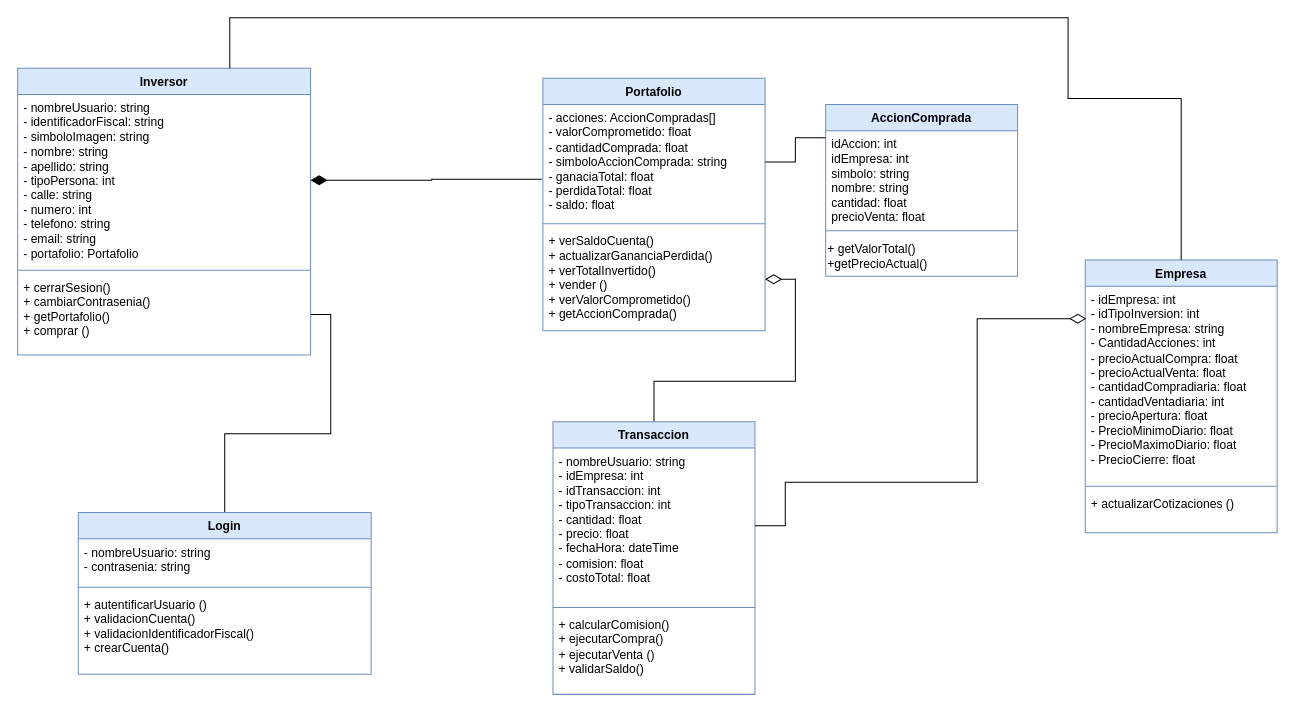
Before: Documentación/Diagrama-de-Clases.drawio in INNOVAcodersISPC/ARGBroker, a draw.io diagram. Source tidied: cells renumbered, new cells numbered last; positions are measured from the earlier drawing's top-left corner, leaving out a move shared by most shapes. Both pictures are drawn from the tidied source at 101%, with x=0, y=0 at pixel (17, 17).
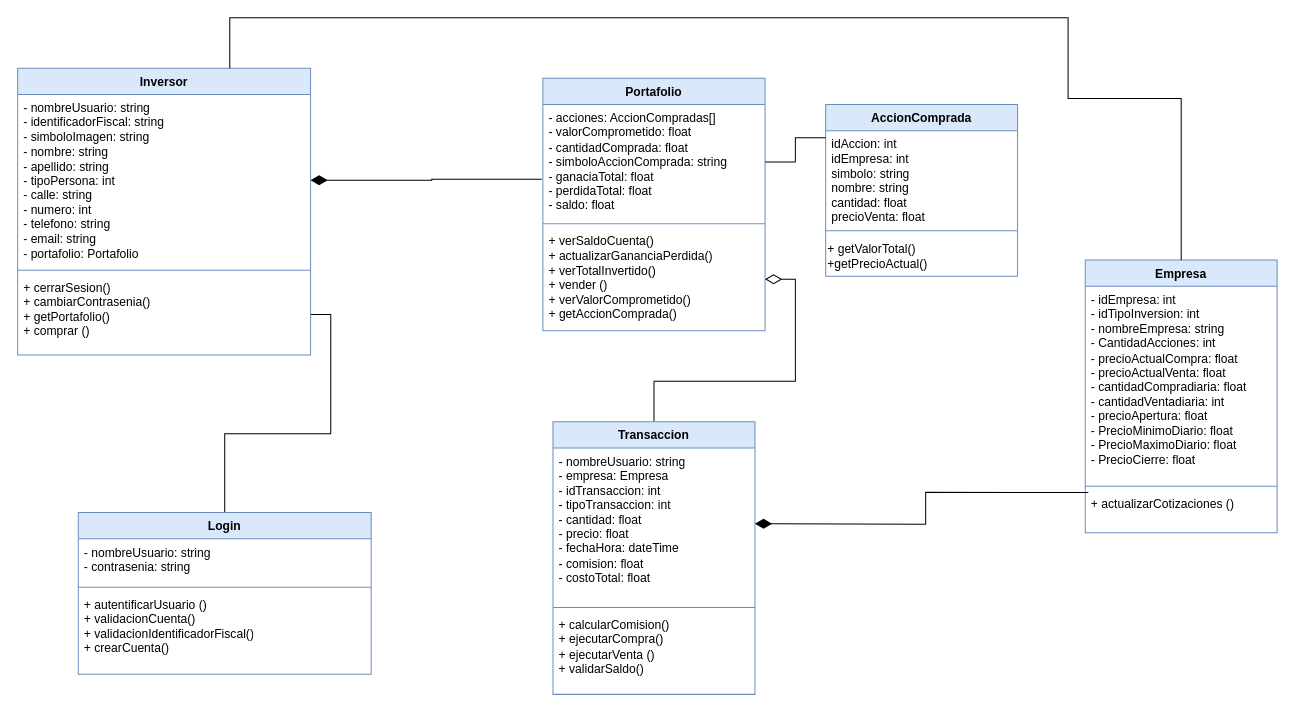
After the change.

Commit message:
fix relacion Empresa-Tea

Unchanged cells that the change refers to:
```xml
<mxCell id="3" value="&lt;div style=&quot;text-wrap: nowrap;&quot;&gt;- idEmpresa: int&lt;div&gt;- idTipoInversion: int&lt;/div&gt;&lt;div&gt;- nombreEmpresa: string&lt;/div&gt;&lt;div&gt;- CantidadAcciones: int&lt;/div&gt;&lt;div&gt;- precioActualCompra: float&lt;/div&gt;&lt;div&gt;- precioActualVenta: float&lt;/div&gt;&lt;div&gt;- cantidadCompradiaria: float&lt;/div&gt;&lt;div&gt;&lt;span style=&quot;background-color: initial;&quot;&gt;- cantidadVentadiaria: int&lt;/span&gt;&lt;/div&gt;&lt;div&gt;- precioApertura: float&lt;/div&gt;&lt;div&gt;- PrecioMinimoDiario: float&amp;nbsp;&lt;/div&gt;&lt;div&gt;- PrecioMaximoDiario: float&lt;/div&gt;&lt;div&gt;- PrecioCierre: float&lt;/div&gt;&lt;/div&gt;" style="text;strokeColor=none;fillColor=none;align=left;verticalAlign=top;spacingLeft=4;spacingRight=4;overflow=hidden;points=[[0,0.5],[1,0.5]];portConstraint=eastwest;whiteSpace=wrap;html=1;" parent="2" vertex="1">
  <mxGeometry y="26" width="190" height="194" as="geometry" />
</mxCell>
<mxCell id="5" value="&lt;div&gt;+ actualizarCotizaciones ()&lt;/div&gt;" style="text;strokeColor=none;fillColor=none;align=left;verticalAlign=top;spacingLeft=4;spacingRight=4;overflow=hidden;points=[[0,0.5],[1,0.5]];portConstraint=eastwest;whiteSpace=wrap;html=1;" parent="2" vertex="1">
  <mxGeometry y="228" width="190" height="42" as="geometry" />
</mxCell>
<mxCell id="11" value="Transaccion" style="swimlane;fontStyle=1;align=center;verticalAlign=top;horizontal=1;startSize=26;whiteSpace=wrap;html=1;fillColor=#dae8fc;strokeColor=#6c8ebf;" parent="1" vertex="1">
  <mxGeometry x="530" y="400" width="200" height="270" as="geometry" />
</mxCell>
```

The edit, as a diff of the source:
```diff
@@
-    <mxCell id="12" value="&lt;div style=&quot;text-wrap: nowrap;&quot;&gt;&lt;span style=&quot;background-color: initial;&quot;&gt;- nombreUsuario: string&lt;/span&gt;&lt;br&gt;&lt;/div&gt;&lt;div style=&quot;text-wrap: nowrap;&quot;&gt;&lt;div&gt;- idEmpresa: int&lt;br&gt;&lt;/div&gt;&lt;div&gt;- idTransaccion: int&lt;br&gt;&lt;/div&gt;&lt;div&gt;- tipoTransaccion: int&lt;/div&gt;&lt;div&gt;&lt;span style=&quot;background-color: initial;&quot;&gt;- cantidad: float&lt;/span&gt;&lt;/div&gt;&lt;div&gt;- precio: float&lt;br&gt;&lt;/div&gt;&lt;div&gt;- fechaHora: dateTime&lt;br&gt;&lt;/div&gt;&lt;div&gt;- comision: float&lt;br&gt;&lt;/div&gt;&lt;div&gt;- costoTotal: floa&lt;span style=&quot;background-color: initial;&quot;&gt;t&lt;/span&gt;&lt;span style=&quot;background-color: initial;&quot;&gt;&amp;nbsp;&lt;/span&gt;&lt;/div&gt;&lt;div&gt;&lt;br&gt;&lt;/div&gt;&lt;div&gt;&lt;br&gt;&lt;/div&gt;&lt;div&gt;&lt;br&gt;&lt;/div&gt;&lt;/div&gt;" style="text;strokeColor=none;fillColor=none;align=left;verticalAlign=top;spacingLeft=4;spacingRight=4;overflow=hidden;points=[[0,0.5],[1,0.5]];portConstraint=eastwest;whiteSpace=wrap;html=1;" parent="11" vertex="1">
+    <mxCell id="12" value="&lt;div style=&quot;text-wrap: nowrap;&quot;&gt;&lt;span style=&quot;background-color: initial;&quot;&gt;- nombreUsuario: string&lt;/span&gt;&lt;br&gt;&lt;/div&gt;&lt;div style=&quot;text-wrap: nowrap;&quot;&gt;&lt;div&gt;- empresa: Empresa&lt;br&gt;&lt;/div&gt;&lt;div&gt;- idTransaccion: int&lt;br&gt;&lt;/div&gt;&lt;div&gt;- tipoTransaccion: int&lt;/div&gt;&lt;div&gt;&lt;span style=&quot;background-color: initial;&quot;&gt;- cantidad: float&lt;/span&gt;&lt;/div&gt;&lt;div&gt;- precio: float&lt;br&gt;&lt;/div&gt;&lt;div&gt;- fechaHora: dateTime&lt;br&gt;&lt;/div&gt;&lt;div&gt;- comision: float&lt;br&gt;&lt;/div&gt;&lt;div&gt;- costoTotal: floa&lt;span style=&quot;background-color: initial;&quot;&gt;t&lt;/span&gt;&lt;span style=&quot;background-color: initial;&quot;&gt;&amp;nbsp;&lt;/span&gt;&lt;/div&gt;&lt;div&gt;&lt;br&gt;&lt;/div&gt;&lt;div&gt;&lt;br&gt;&lt;/div&gt;&lt;div&gt;&lt;br&gt;&lt;/div&gt;&lt;/div&gt;" style="text;strokeColor=none;fillColor=none;align=left;verticalAlign=top;spacingLeft=4;spacingRight=4;overflow=hidden;points=[[0,0.5],[1,0.5]];portConstraint=eastwest;whiteSpace=wrap;html=1;" parent="11" vertex="1">
       <mxGeometry y="26" width="200" height="154" as="geometry" />
     </mxCell>
@@
-    <mxCell id="15" style="edgeStyle=orthogonalEdgeStyle;rounded=0;jettySize=auto;html=1;exitX=1;exitY=0.5;exitDx=0;exitDy=0;entryX=0.006;entryY=0.165;entryDx=0;entryDy=0;entryPerimeter=0;endArrow=diamondThin;endFill=0;startSize=14;endSize=14;" parent="1" edge="1" source="12" target="3">
-      <mxGeometry relative="1" as="geometry">
-        <Array as="points">
-          <mxPoint x="760" y="503" />
-          <mxPoint x="760" y="460" />
-          <mxPoint x="950" y="460" />
-          <mxPoint x="950" y="298" />
-        </Array>
-      </mxGeometry>
-    </mxCell>
@@
+    <mxCell id="32" style="edgeStyle=orthogonalEdgeStyle;rounded=0;jettySize=auto;html=1;exitX=1;exitY=0.5;exitDx=0;exitDy=0;entryX=0.016;entryY=0.048;entryDx=0;entryDy=0;entryPerimeter=0;endArrow=none;endFill=0;startArrow=diamondThin;startFill=1;startSize=14;" parent="1" edge="1" target="5">
+      <mxGeometry relative="1" as="geometry">
+        <mxPoint x="730" y="501" as="sourcePoint" />
+      </mxGeometry>
+    </mxCell>
```
